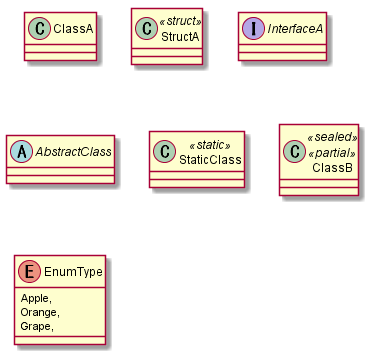
pierre3/PlantUmlClassDiagramGenerator keeps this PlantUML diagram as uml/TypeDeclaration.png. Above is the earlier version.
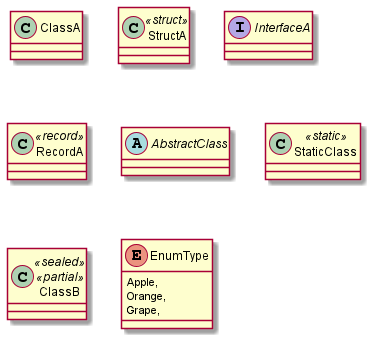
After the change.

What changed in the source:
```diff
@@ -4,6 +4,8 @@
 class StructA <<struct>> {
 }
 interface InterfaceA {
+}
+class RecordA <<record>> {
 }
 abstract class AbstractClass {
 }
```
